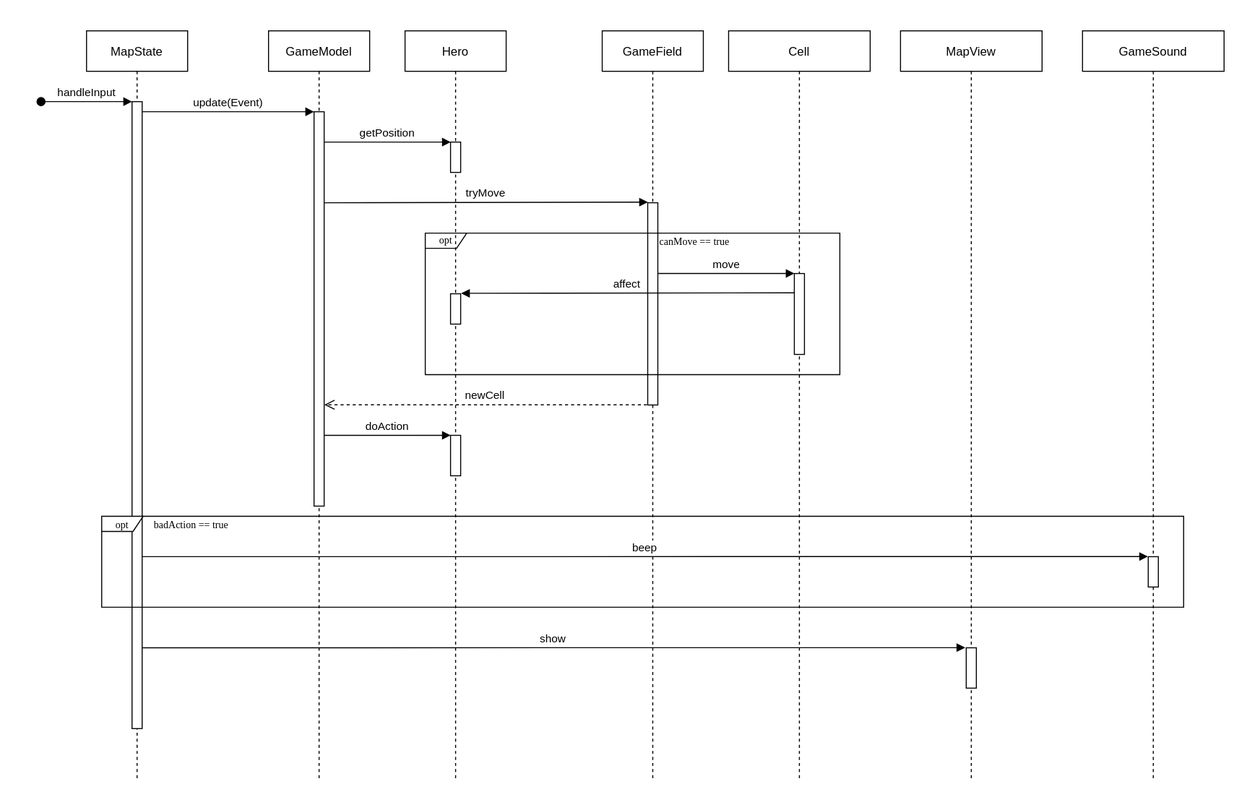
KaperD/HSE-SD-Course-Roguelike keeps this draw.io diagram as images/sequence_diagram.svg. Above is the earlier version. Source tidied: cells renumbered, new cells last; positions are measured from the earlier drawing's top-left corner, leaving out a move shared by most shapes.
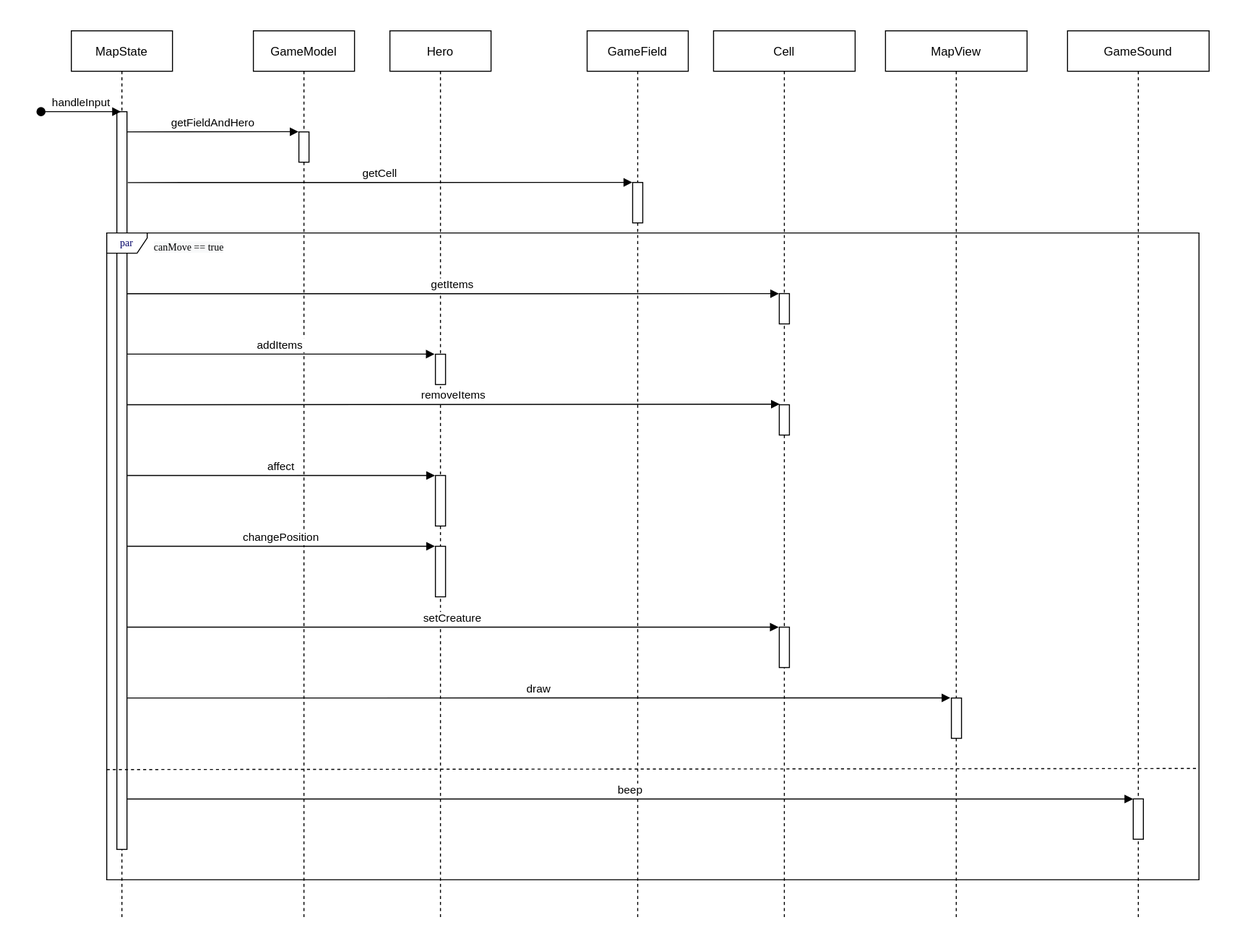
After the change.

Change to the diagram source:
```diff
@@ -3,111 +3,125 @@
     <mxCell id="0" />
     <mxCell id="1" parent="0" />
     <mxCell id="2" value="MapState" style="shape=umlLifeline;perimeter=lifelinePerimeter;rounded=0;shadow=0;strokeWidth=1;" parent="1" vertex="1">
-      <mxGeometry x="45" width="100" height="740" as="geometry" />
+      <mxGeometry x="45" width="100" height="880" as="geometry" />
     </mxCell>
     <mxCell id="3" style="points=[];perimeter=orthogonalPerimeter;rounded=0;shadow=0;strokeWidth=1;" parent="2" vertex="1">
-      <mxGeometry x="45" y="70" width="10" height="620" as="geometry" />
+      <mxGeometry x="45" y="80" width="10" height="730" as="geometry" />
     </mxCell>
-    <mxCell id="4" value="handleInput" style="verticalAlign=bottom;startArrow=oval;endArrow=block;startSize=8;shadow=0;strokeWidth=1;" parent="2" edge="1" target="3">
-      <mxGeometry relative="1" as="geometry">
-        <mxPoint x="-45" y="70" as="sourcePoint" />
-      </mxGeometry>
-    </mxCell>
     <mxCell id="5" value="GameModel" style="shape=umlLifeline;perimeter=lifelinePerimeter;rounded=0;shadow=0;strokeWidth=1;" parent="1" vertex="1">
-      <mxGeometry x="225" width="100" height="740" as="geometry" />
+      <mxGeometry x="225" width="100" height="880" as="geometry" />
     </mxCell>
-    <mxCell id="6" style="points=[];perimeter=orthogonalPerimeter;rounded=0;shadow=0;strokeWidth=1;" parent="5" vertex="1">
-      <mxGeometry x="45" y="80" width="10" height="390" as="geometry" />
-    </mxCell>
-    <mxCell id="7" value="tryMove" style="verticalAlign=bottom;endArrow=block;shadow=0;strokeWidth=1;entryX=0.017;entryY=-0.003;entryDx=0;entryDy=0;entryPerimeter=0;" parent="5" edge="1" target="11">
-      <mxGeometry relative="1" as="geometry">
-        <mxPoint x="55" y="170" as="sourcePoint" />
-      </mxGeometry>
-    </mxCell>
-    <mxCell id="8" value="doAction" style="verticalAlign=bottom;endArrow=block;shadow=0;strokeWidth=1;entryX=0.017;entryY=0;entryDx=0;entryDy=0;entryPerimeter=0;" parent="5" edge="1">
-      <mxGeometry relative="1" as="geometry">
-        <mxPoint x="55" y="400" as="sourcePoint" />
-        <mxPoint x="180.2" y="400" as="targetPoint" />
-      </mxGeometry>
-    </mxCell>
-    <mxCell id="9" value="update(Event)" style="verticalAlign=bottom;endArrow=block;entryX=0;entryY=0;shadow=0;strokeWidth=1;" parent="1" edge="1" source="3" target="6">
-      <mxGeometry relative="1" as="geometry" />
-    </mxCell>
+    <mxCell id="32" style="points=[];perimeter=orthogonalPerimeter;rounded=0;shadow=0;strokeWidth=1;" parent="5" vertex="1">
+      <mxGeometry x="45" y="100" width="10" height="30" as="geometry" />
+    </mxCell>
+    <mxCell id="13" value="affect" style="verticalAlign=bottom;endArrow=block;shadow=0;strokeWidth=1;exitX=1.112;exitY=0.273;exitDx=0;exitDy=0;exitPerimeter=0;entryX=-0.047;entryY=-0.001;entryDx=0;entryDy=0;entryPerimeter=0;" parent="5" edge="1">
+      <mxGeometry relative="1" as="geometry">
+        <mxPoint x="-125" y="440" as="sourcePoint" />
+        <mxPoint x="179.5" y="440" as="targetPoint" />
+      </mxGeometry>
+    </mxCell>
     <mxCell id="10" value="GameField" style="shape=umlLifeline;perimeter=lifelinePerimeter;rounded=0;shadow=0;strokeWidth=1;" parent="1" vertex="1">
-      <mxGeometry x="555" width="100" height="740" as="geometry" />
+      <mxGeometry x="555" width="100" height="880" as="geometry" />
     </mxCell>
     <mxCell id="11" style="points=[];perimeter=orthogonalPerimeter;rounded=0;shadow=0;strokeWidth=1;" parent="10" vertex="1">
-      <mxGeometry x="45" y="170" width="10" height="200" as="geometry" />
+      <mxGeometry x="45" y="150" width="10" height="40" as="geometry" />
     </mxCell>
     <mxCell id="12" value="Cell" style="shape=umlLifeline;perimeter=lifelinePerimeter;rounded=0;shadow=0;strokeWidth=1;" parent="1" vertex="1">
-      <mxGeometry x="680" width="140" height="740" as="geometry" />
+      <mxGeometry x="680" width="140" height="880" as="geometry" />
     </mxCell>
-    <mxCell id="13" value="affect" style="verticalAlign=bottom;endArrow=block;shadow=0;strokeWidth=1;entryX=1.048;entryY=-0.015;entryDx=0;entryDy=0;entryPerimeter=0;" parent="12" edge="1" target="18">
-      <mxGeometry relative="1" as="geometry">
-        <mxPoint x="65" y="259.1" as="sourcePoint" />
-      </mxGeometry>
-    </mxCell>
-    <mxCell id="14" value="&lt;font color=&quot;#000000&quot;&gt;canMove == true&lt;/font&gt;" style="text;html=1;align=left;verticalAlign=top;spacingTop=-4;fontSize=10;fontFamily=Tahoma;fontColor=#000066;" parent="12" vertex="1">
-      <mxGeometry x="-70" y="200" width="90" height="10" as="geometry" />
-    </mxCell>
-    <mxCell id="15" value="&lt;font color=&quot;#000000&quot;&gt;opt&lt;/font&gt;" style="shape=umlFrame;whiteSpace=wrap;html=1;strokeColor=#000000;fillColor=default;fontFamily=Tahoma;fontSize=10;fontColor=#000066;align=center;width=41;height=15;" parent="12" vertex="1">
-      <mxGeometry x="-300" y="200" width="410" height="140" as="geometry" />
-    </mxCell>
+    <mxCell id="22" style="points=[];perimeter=orthogonalPerimeter;rounded=0;shadow=0;strokeWidth=1;" parent="12" vertex="1">
+      <mxGeometry x="65" y="260" width="10" height="30" as="geometry" />
+    </mxCell>
+    <mxCell id="17" style="points=[];perimeter=orthogonalPerimeter;rounded=0;shadow=0;strokeWidth=1;" parent="12" vertex="1">
+      <mxGeometry x="65" y="370" width="10" height="30" as="geometry" />
+    </mxCell>
+    <mxCell id="19" style="points=[];perimeter=orthogonalPerimeter;rounded=0;shadow=0;strokeWidth=1;" parent="12" vertex="1">
+      <mxGeometry x="65" y="590" width="10" height="40" as="geometry" />
+    </mxCell>
     <mxCell id="16" value="Hero" style="shape=umlLifeline;perimeter=lifelinePerimeter;rounded=0;shadow=0;strokeWidth=1;" parent="1" vertex="1">
-      <mxGeometry x="360" width="100" height="740" as="geometry" />
+      <mxGeometry x="360" width="100" height="880" as="geometry" />
     </mxCell>
-    <mxCell id="17" style="points=[];perimeter=orthogonalPerimeter;rounded=0;shadow=0;strokeWidth=1;" parent="16" vertex="1">
-      <mxGeometry x="45" y="110" width="10" height="30" as="geometry" />
-    </mxCell>
     <mxCell id="18" style="points=[];perimeter=orthogonalPerimeter;rounded=0;shadow=0;strokeWidth=1;" parent="16" vertex="1">
-      <mxGeometry x="45" y="260" width="10" height="30" as="geometry" />
+      <mxGeometry x="45" y="320" width="10" height="30" as="geometry" />
     </mxCell>
-    <mxCell id="19" style="points=[];perimeter=orthogonalPerimeter;rounded=0;shadow=0;strokeWidth=1;" parent="16" vertex="1">
-      <mxGeometry x="45" y="400" width="10" height="40" as="geometry" />
-    </mxCell>
-    <mxCell id="20" value="getPosition" style="verticalAlign=bottom;endArrow=block;shadow=0;strokeWidth=1;entryX=0.017;entryY=0;entryDx=0;entryDy=0;entryPerimeter=0;" parent="1" edge="1" target="17">
-      <mxGeometry relative="1" as="geometry">
-        <mxPoint x="280" y="110" as="sourcePoint" />
-      </mxGeometry>
-    </mxCell>
-    <mxCell id="21" value="move" style="verticalAlign=bottom;endArrow=block;shadow=0;strokeWidth=1;entryX=0.016;entryY=-0.001;entryDx=0;entryDy=0;entryPerimeter=0;" parent="1" edge="1" target="22">
-      <mxGeometry relative="1" as="geometry">
-        <mxPoint x="610" y="240" as="sourcePoint" />
-      </mxGeometry>
-    </mxCell>
-    <mxCell id="22" style="points=[];perimeter=orthogonalPerimeter;rounded=0;shadow=0;strokeWidth=1;" parent="1" vertex="1">
-      <mxGeometry x="745" y="240" width="10" height="80" as="geometry" />
-    </mxCell>
-    <mxCell id="23" value="newCell" style="verticalAlign=bottom;endArrow=open;dashed=1;endSize=8;exitX=-0.077;exitY=0.999;shadow=0;strokeWidth=1;exitDx=0;exitDy=0;exitPerimeter=0;entryX=1.019;entryY=0.743;entryDx=0;entryDy=0;entryPerimeter=0;" parent="1" edge="1" source="11" target="6">
-      <mxGeometry relative="1" as="geometry" />
-    </mxCell>
+    <mxCell id="6" style="points=[];perimeter=orthogonalPerimeter;rounded=0;shadow=0;strokeWidth=1;" parent="16" vertex="1">
+      <mxGeometry x="45" y="510" width="10" height="50" as="geometry" />
+    </mxCell>
+    <mxCell id="33" style="perimeter=orthogonalPerimeter;rounded=0;shadow=0;strokeWidth=1;" parent="16" vertex="1">
+      <mxGeometry x="45" y="440" width="10" height="50" as="geometry" />
+    </mxCell>
     <mxCell id="24" value="MapView" style="shape=umlLifeline;perimeter=lifelinePerimeter;rounded=0;shadow=0;strokeWidth=1;" parent="1" vertex="1">
-      <mxGeometry x="850" width="140" height="740" as="geometry" />
+      <mxGeometry x="850" width="140" height="880" as="geometry" />
     </mxCell>
     <mxCell id="25" style="points=[];perimeter=orthogonalPerimeter;rounded=0;shadow=0;strokeWidth=1;" parent="24" vertex="1">
-      <mxGeometry x="65" y="610.1" width="10" height="39.9" as="geometry" />
+      <mxGeometry x="65.2" y="660.2" width="10" height="39.9" as="geometry" />
     </mxCell>
-    <mxCell id="26" value="show" style="verticalAlign=bottom;endArrow=block;shadow=0;strokeWidth=1;entryX=-0.1;entryY=-0.003;entryDx=0;entryDy=0;entryPerimeter=0;" parent="1" edge="1" target="25">
+    <mxCell id="26" value="draw" style="verticalAlign=bottom;endArrow=block;shadow=0;strokeWidth=1;entryX=-0.1;entryY=-0.003;entryDx=0;entryDy=0;entryPerimeter=0;" parent="1" edge="1" target="25">
       <mxGeometry relative="1" as="geometry">
-        <mxPoint x="99.8" y="610.1" as="sourcePoint" />
+        <mxPoint x="100" y="660.2" as="sourcePoint" />
       </mxGeometry>
     </mxCell>
-    <mxCell id="27" value="&lt;font color=&quot;#000000&quot;&gt;opt&lt;/font&gt;" style="shape=umlFrame;whiteSpace=wrap;html=1;strokeColor=#000000;fillColor=default;fontFamily=Tahoma;fontSize=10;fontColor=#000066;align=center;width=41;height=15;" parent="1" vertex="1">
-      <mxGeometry x="60" y="480" width="1070" height="90" as="geometry" />
-    </mxCell>
-    <mxCell id="28" value="&lt;font color=&quot;#000000&quot;&gt;badAction == true&lt;/font&gt;" style="text;html=1;align=left;verticalAlign=top;spacingTop=-4;fontSize=10;fontFamily=Tahoma;fontColor=#000066;" parent="1" vertex="1">
-      <mxGeometry x="110" y="480" width="100" height="10" as="geometry" />
-    </mxCell>
+    <mxCell id="34" value="getCell" style="verticalAlign=bottom;endArrow=block;shadow=0;strokeWidth=1;entryX=-0.042;entryY=-0.001;entryDx=0;entryDy=0;entryPerimeter=0;" parent="1" edge="1" target="11">
+      <mxGeometry relative="1" as="geometry">
+        <mxPoint x="100.8" y="150.2" as="sourcePoint" />
+      </mxGeometry>
+    </mxCell>
+    <mxCell id="35" value="getItems" style="verticalAlign=bottom;endArrow=block;shadow=0;strokeWidth=1;entryX=-0.027;entryY=0.002;entryDx=0;entryDy=0;entryPerimeter=0;" parent="1" edge="1" target="22">
+      <mxGeometry relative="1" as="geometry">
+        <mxPoint x="100" y="260.2" as="sourcePoint" />
+      </mxGeometry>
+    </mxCell>
+    <mxCell id="36" value="addItems" style="verticalAlign=bottom;endArrow=block;shadow=0;strokeWidth=1;entryX=-0.079;entryY=-0.004;entryDx=0;entryDy=0;entryPerimeter=0;" parent="1" edge="1" target="18">
+      <mxGeometry relative="1" as="geometry">
+        <mxPoint x="100" y="319.9" as="sourcePoint" />
+      </mxGeometry>
+    </mxCell>
+    <mxCell id="37" value="removeItems" style="verticalAlign=bottom;endArrow=block;shadow=0;strokeWidth=1;exitX=1.112;exitY=0.273;exitDx=0;exitDy=0;exitPerimeter=0;entryX=0.047;entryY=-0.02;entryDx=0;entryDy=0;entryPerimeter=0;" parent="1" edge="1" target="17">
+      <mxGeometry relative="1" as="geometry">
+        <mxPoint x="100" y="370" as="sourcePoint" />
+      </mxGeometry>
+    </mxCell>
+    <mxCell id="38" value="changePosition" style="verticalAlign=bottom;endArrow=block;shadow=0;strokeWidth=1;exitX=1.112;exitY=0.273;exitDx=0;exitDy=0;exitPerimeter=0;entryX=-0.047;entryY=-0.001;entryDx=0;entryDy=0;entryPerimeter=0;" parent="1" edge="1" target="6">
+      <mxGeometry relative="1" as="geometry">
+        <mxPoint x="100" y="510" as="sourcePoint" />
+      </mxGeometry>
+    </mxCell>
+    <mxCell id="39" value="setCreature" style="verticalAlign=bottom;endArrow=block;shadow=0;strokeWidth=1;entryX=-0.063;entryY=0;entryDx=0;entryDy=0;entryPerimeter=0;" parent="1" edge="1" target="19">
+      <mxGeometry relative="1" as="geometry">
+        <mxPoint x="100" y="590" as="sourcePoint" />
+      </mxGeometry>
+    </mxCell>
+    <mxCell id="4" value="handleInput" style="verticalAlign=bottom;startArrow=oval;endArrow=block;startSize=8;shadow=0;strokeWidth=1;entryX=0.4;entryY=0;entryDx=0;entryDy=0;entryPerimeter=0;" parent="1" edge="1" target="3">
+      <mxGeometry relative="1" as="geometry">
+        <mxPoint x="15" y="80" as="sourcePoint" />
+      </mxGeometry>
+    </mxCell>
+    <mxCell id="40" value="getFieldAndHero" style="verticalAlign=bottom;endArrow=block;shadow=0;strokeWidth=1;entryX=-0.037;entryY=-0.006;entryDx=0;entryDy=0;entryPerimeter=0;" parent="1" edge="1" target="32">
+      <mxGeometry relative="1" as="geometry">
+        <mxPoint x="100" y="100" as="sourcePoint" />
+      </mxGeometry>
+    </mxCell>
     <mxCell id="29" value="GameSound" style="shape=umlLifeline;perimeter=lifelinePerimeter;rounded=0;shadow=0;strokeWidth=1;" parent="1" vertex="1">
-      <mxGeometry x="1030" width="140" height="740" as="geometry" />
+      <mxGeometry x="1030" width="140" height="880" as="geometry" />
     </mxCell>
-    <mxCell id="30" style="points=[];perimeter=orthogonalPerimeter;rounded=0;shadow=0;strokeWidth=1;" parent="29" vertex="1">
-      <mxGeometry x="65" y="520" width="10" height="30" as="geometry" />
-    </mxCell>
+    <mxCell id="41" style="points=[];perimeter=orthogonalPerimeter;rounded=0;shadow=0;strokeWidth=1;" parent="29" vertex="1">
+      <mxGeometry x="65" y="760" width="10" height="39.9" as="geometry" />
+    </mxCell>
+    <mxCell id="42" value="par" style="shape=umlFrame;whiteSpace=wrap;html=1;strokeColor=#000000;fillColor=#FFFFFF;fontFamily=Tahoma;fontSize=10;fontColor=#000066;align=center;width=40;height=20;" parent="1" vertex="1">
+      <mxGeometry x="80" y="200" width="1080" height="640" as="geometry" />
+    </mxCell>
+    <mxCell id="14" value="&lt;span style=&quot;font-family: tahoma; font-size: 10px; font-style: normal; font-weight: 400; letter-spacing: normal; text-align: left; text-indent: 0px; text-transform: none; word-spacing: 0px; background-color: rgb(248, 249, 250); display: inline; float: none;&quot;&gt;canMove == true&lt;/span&gt;" style="text;whiteSpace=wrap;html=1;fontColor=#000000;" parent="1" vertex="1">
+      <mxGeometry x="125" y="200" width="100" height="30" as="geometry" />
+    </mxCell>
-    <mxCell id="31" value="beep" style="verticalAlign=bottom;endArrow=block;shadow=0;strokeWidth=1;entryX=-0.028;entryY=-0.005;entryDx=0;entryDy=0;entryPerimeter=0;" parent="1" edge="1" target="30">
+    <mxCell id="31" value="beep" style="verticalAlign=bottom;endArrow=block;shadow=0;strokeWidth=1;entryX=-0.008;entryY=0.003;entryDx=0;entryDy=0;entryPerimeter=0;" parent="1" edge="1" target="41">
       <mxGeometry relative="1" as="geometry">
-        <mxPoint x="100" y="520" as="sourcePoint" />
+        <mxPoint x="100" y="760.1" as="sourcePoint" />
       </mxGeometry>
     </mxCell>
+    <mxCell id="43" style="endArrow=none;dashed=1;html=1;strokeColor=#000000;fontFamily=Tahoma;fontSize=10;fontColor=#000066;entryX=1;entryY=0.828;entryPerimeter=0;exitX=0.004;exitY=0.436;exitPerimeter=0;entryDx=0;entryDy=0;" parent="1" edge="1" target="42">
+      <mxGeometry relative="1" as="geometry">
+        <mxPoint x="80" y="731" as="sourcePoint" />
+      </mxGeometry>
+    </mxCell>
   </root>
 </mxGraphModel>
```
